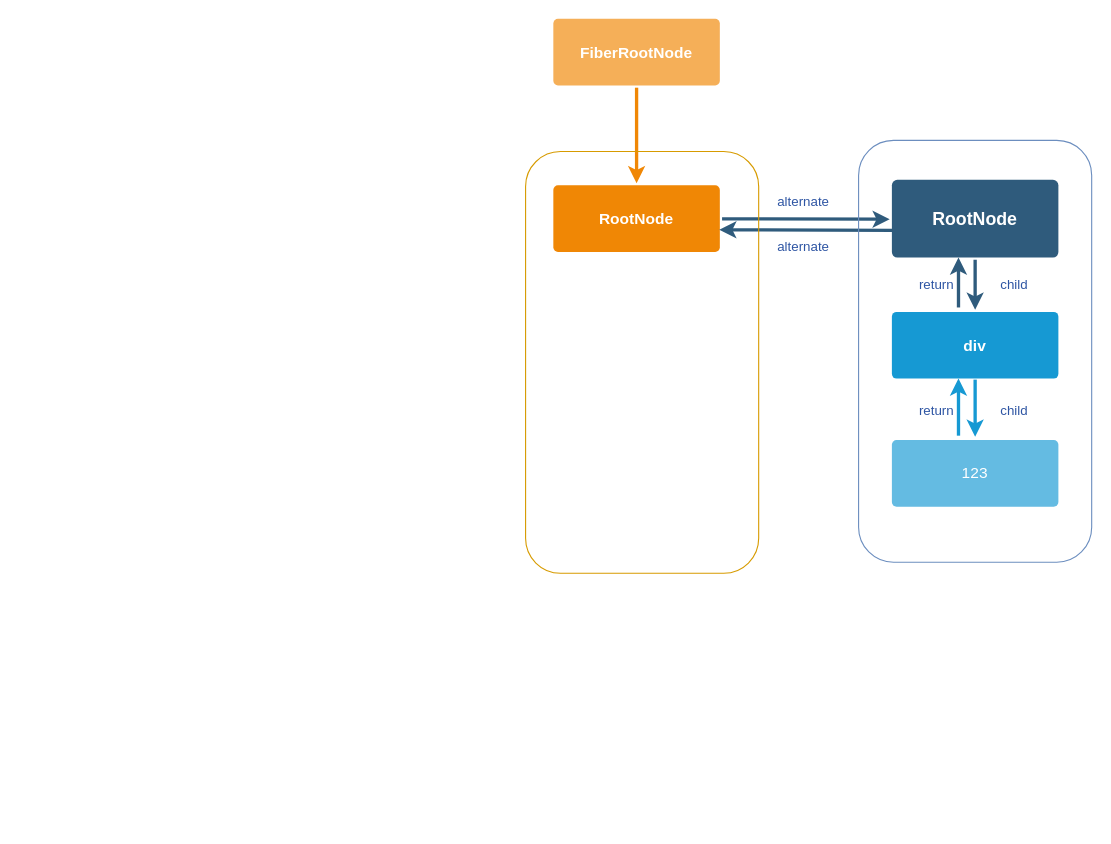
The draw.io diagram double-buffer.drawio in littlelady2015/yctea, before the edit. Source tidied: cells renumbered, new cells numbered last; positions are measured from the earlier drawing's top-left corner, leaving out a move shared by most shapes. Both pictures are drawn from the tidied source at 111%, with x=0, y=0 at pixel (525, 18).
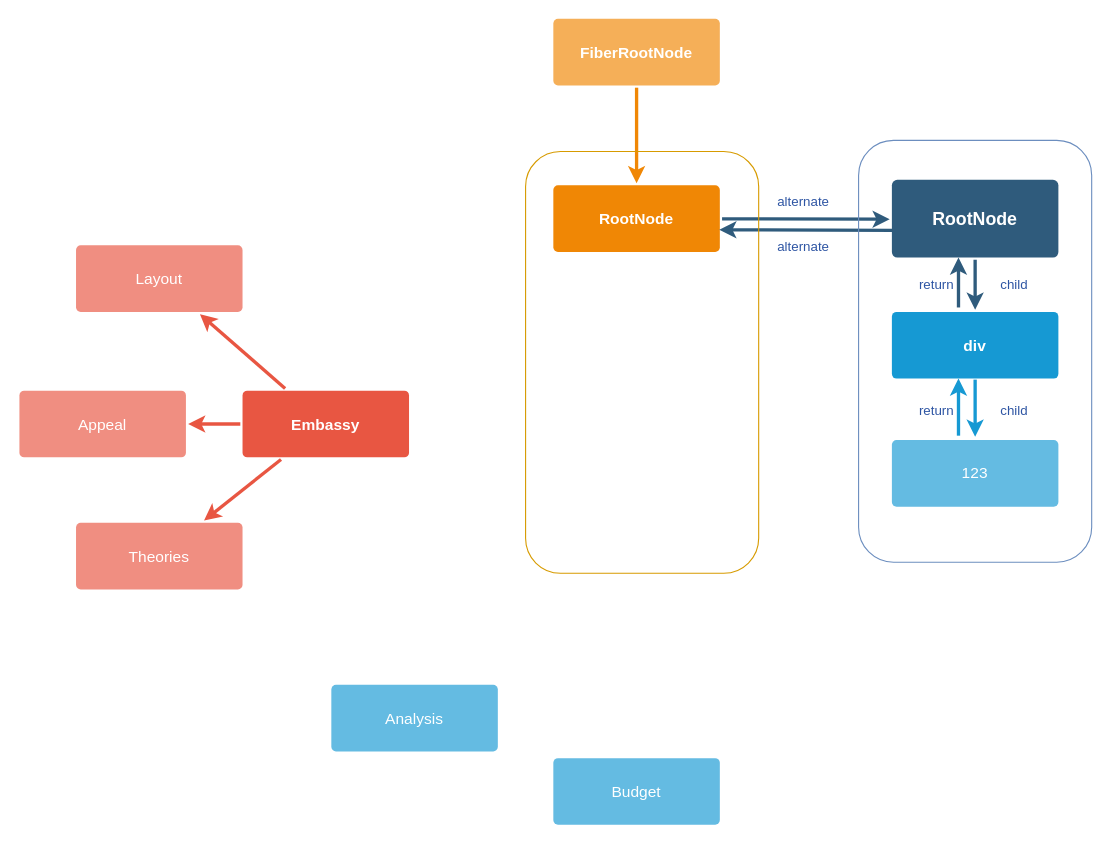
Above is the later version.

Diff of the diagram source:
```diff
@@
+    <mxCell id="22" style="edgeStyle=none;rounded=1;jumpStyle=none;html=1;shadow=0;labelBackgroundColor=none;startArrow=none;startFill=0;jettySize=auto;strokeColor=#E85642;strokeWidth=3;fontFamily=Helvetica;fontSize=14;fontColor=#FFFFFF;spacing=5;fontStyle=1;fillColor=#b0e3e6;" parent="1" edge="1" source="25" target="28">
+      <mxGeometry relative="1" as="geometry" />
+    </mxCell>
+    <mxCell id="23" style="edgeStyle=none;rounded=1;jumpStyle=none;html=1;shadow=0;labelBackgroundColor=none;startArrow=none;startFill=0;jettySize=auto;strokeColor=#E85642;strokeWidth=3;fontFamily=Helvetica;fontSize=14;fontColor=#FFFFFF;spacing=5;fontStyle=1;fillColor=#b0e3e6;" parent="1" edge="1" source="25" target="27">
+      <mxGeometry relative="1" as="geometry" />
+    </mxCell>
+    <mxCell id="24" style="edgeStyle=none;rounded=1;jumpStyle=none;html=1;shadow=0;labelBackgroundColor=none;startArrow=none;startFill=0;jettySize=auto;strokeColor=#E85642;strokeWidth=3;fontFamily=Helvetica;fontSize=14;fontColor=#FFFFFF;spacing=5;fontStyle=1;fillColor=#b0e3e6;" parent="1" edge="1" source="25" target="26">
+      <mxGeometry relative="1" as="geometry" />
+    </mxCell>
+    <mxCell id="25" value="Embassy" style="rounded=1;whiteSpace=wrap;html=1;shadow=0;labelBackgroundColor=none;strokeColor=none;strokeWidth=3;fillColor=#e85642;fontFamily=Helvetica;fontSize=14;fontColor=#FFFFFF;align=center;spacing=5;fontStyle=1;arcSize=7;perimeterSpacing=2;" parent="1" vertex="1">
+      <mxGeometry x="-255" y="335.5" width="150" height="60" as="geometry" />
+    </mxCell>
+    <mxCell id="26" value="Theories" style="rounded=1;whiteSpace=wrap;html=1;shadow=0;labelBackgroundColor=none;strokeColor=none;strokeWidth=3;fillColor=#f08e81;fontFamily=Helvetica;fontSize=14;fontColor=#FFFFFF;align=center;spacing=5;fontStyle=0;arcSize=7;perimeterSpacing=2;" parent="1" vertex="1">
+      <mxGeometry x="-405" y="454.5" width="150" height="60" as="geometry" />
+    </mxCell>
+    <mxCell id="27" value="Appeal" style="rounded=1;whiteSpace=wrap;html=1;shadow=0;labelBackgroundColor=none;strokeColor=none;strokeWidth=3;fillColor=#f08e81;fontFamily=Helvetica;fontSize=14;fontColor=#FFFFFF;align=center;spacing=5;fontStyle=0;arcSize=7;perimeterSpacing=2;" parent="1" vertex="1">
+      <mxGeometry x="-456" y="335.5" width="150" height="60" as="geometry" />
+    </mxCell>
+    <mxCell id="28" value="Layout" style="rounded=1;whiteSpace=wrap;html=1;shadow=0;labelBackgroundColor=none;strokeColor=none;strokeWidth=3;fillColor=#f08e81;fontFamily=Helvetica;fontSize=14;fontColor=#FFFFFF;align=center;spacing=5;fontStyle=0;arcSize=7;perimeterSpacing=2;" parent="1" vertex="1">
+      <mxGeometry x="-405" y="204.5" width="150" height="60" as="geometry" />
+    </mxCell>
@@
+    <mxCell id="29" value="Budget" style="rounded=1;whiteSpace=wrap;html=1;shadow=0;labelBackgroundColor=none;strokeColor=none;strokeWidth=3;fillColor=#64bbe2;fontFamily=Helvetica;fontSize=14;fontColor=#FFFFFF;align=center;spacing=5;arcSize=7;perimeterSpacing=2;" parent="1" vertex="1">
+      <mxGeometry x="25" y="666.5" width="150" height="60" as="geometry" />
+    </mxCell>
+    <mxCell id="30" value="Analysis" style="rounded=1;whiteSpace=wrap;html=1;shadow=0;labelBackgroundColor=none;strokeColor=none;strokeWidth=3;fillColor=#64bbe2;fontFamily=Helvetica;fontSize=14;fontColor=#FFFFFF;align=center;spacing=5;arcSize=7;perimeterSpacing=2;" parent="1" vertex="1">
+      <mxGeometry x="-175" y="600.5" width="150" height="60" as="geometry" />
+    </mxCell>
```
